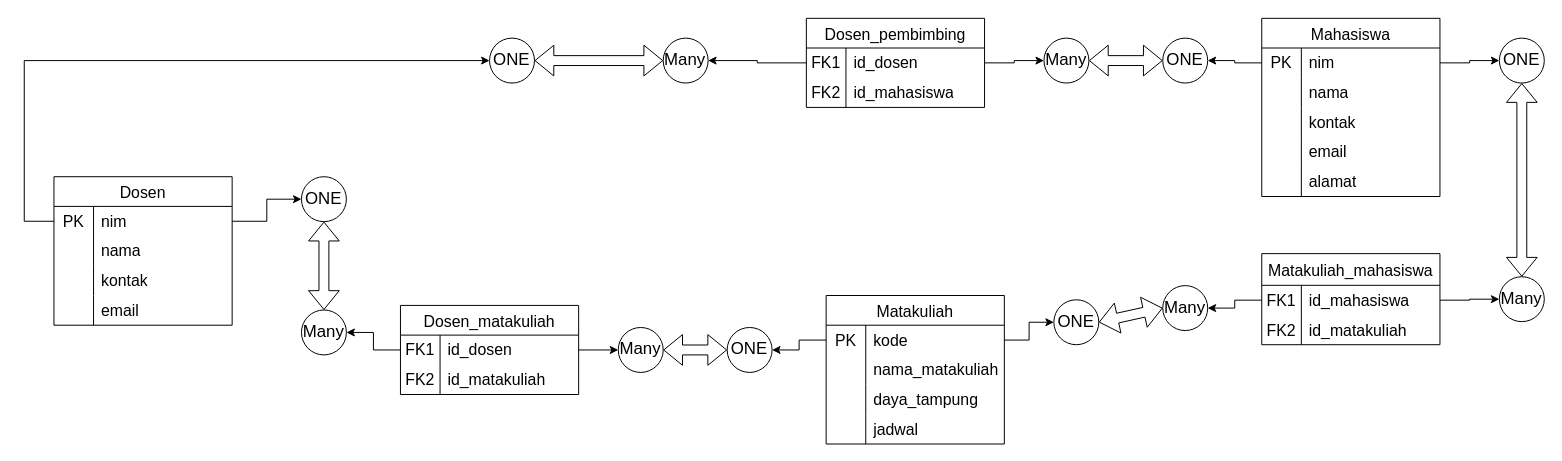
Razha90/Advice-Generator keeps this draw.io diagram as Untitled Diagram.drawio. Above is the earlier version. Source tidied: cells renumbered, new cells numbered last; positions are measured from the earlier drawing's top-left corner, leaving out a move shared by most shapes. Both pictures are drawn from the tidied source at 99%, with x=0, y=0 at pixel (24, 18).
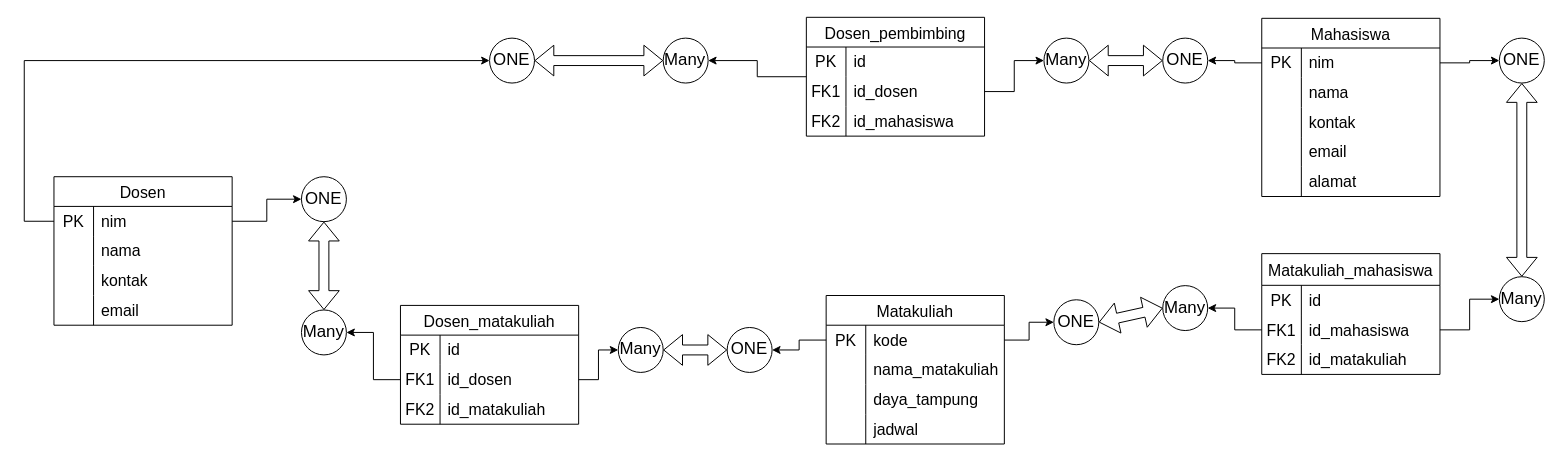
Above is the later version.

Diff of the diagram source:
```diff
@@
     <mxCell id="45" value="Dosen_pembimbing" style="shape=table;startSize=30;childLayout=tableLayout;rowLines=0;fontStyle=0;strokeColor=default;fontSize=16;" parent="1" vertex="1">
-      <mxGeometry x="790" width="180" height="90" as="geometry" />
+      <mxGeometry x="790" y="-1" width="180" height="120" as="geometry" />
     </mxCell>
+    <mxCell id="95" style="shape=tableRow;horizontal=0;startSize=0;swimlaneHead=0;swimlaneBody=0;top=0;left=0;bottom=0;right=0;fillColor=none;strokeColor=inherit;fontSize=16;" parent="45" vertex="1">
+      <mxGeometry y="30" width="180" height="30" as="geometry" />
+    </mxCell>
+    <mxCell id="96" value="PK" style="shape=partialRectangle;html=1;whiteSpace=wrap;fillColor=none;top=0;left=0;bottom=0;right=0;overflow=hidden;strokeColor=inherit;fontSize=16;" parent="95" vertex="1">
+      <mxGeometry width="40" height="30" as="geometry" />
+    </mxCell>
+    <mxCell id="97" value="id" style="shape=partialRectangle;html=1;whiteSpace=wrap;fillColor=none;top=0;left=0;bottom=0;right=0;align=left;spacingLeft=6;overflow=hidden;strokeColor=inherit;fontSize=16;" parent="95" vertex="1">
+      <mxGeometry x="40" width="140" height="30" as="geometry" />
+    </mxCell>
     <mxCell id="46" style="shape=tableRow;horizontal=0;startSize=0;swimlaneHead=0;swimlaneBody=0;top=0;left=0;bottom=0;right=0;fillColor=none;points=[[0,0.5],[1,0.5]];portConstraint=eastwest;strokeColor=inherit;fontSize=16;" parent="45" vertex="1">
-      <mxGeometry y="30" width="180" height="30" as="geometry" />
+      <mxGeometry y="60" width="180" height="30" as="geometry" />
     </mxCell>
@@
     <mxCell id="49" style="shape=tableRow;horizontal=0;startSize=0;swimlaneHead=0;swimlaneBody=0;top=0;left=0;bottom=0;right=0;fillColor=none;strokeColor=inherit;fontSize=16;" parent="45" vertex="1">
-      <mxGeometry y="60" width="180" height="30" as="geometry" />
+      <mxGeometry y="90" width="180" height="30" as="geometry" />
     </mxCell>
@@
     <mxCell id="52" value="Matakuliah_mahasiswa" style="shape=table;startSize=32;childLayout=tableLayout;rowLines=0;fontStyle=0;strokeColor=default;fontSize=16;" parent="1" vertex="1">
-      <mxGeometry x="1250" y="237.7" width="180" height="92" as="geometry" />
+      <mxGeometry x="1250" y="237.7" width="180" height="122" as="geometry" />
     </mxCell>
+    <mxCell id="98" style="shape=tableRow;horizontal=0;startSize=0;swimlaneHead=0;swimlaneBody=0;top=0;left=0;bottom=0;right=0;fillColor=none;strokeColor=inherit;fontSize=16;" parent="52" vertex="1">
+      <mxGeometry y="32" width="180" height="30" as="geometry" />
+    </mxCell>
+    <mxCell id="99" value="PK" style="shape=partialRectangle;html=1;whiteSpace=wrap;fillColor=none;top=0;left=0;bottom=0;right=0;overflow=hidden;strokeColor=inherit;fontSize=16;" parent="98" vertex="1">
+      <mxGeometry width="40" height="30" as="geometry" />
+    </mxCell>
+    <mxCell id="100" value="id" style="shape=partialRectangle;html=1;whiteSpace=wrap;fillColor=none;top=0;left=0;bottom=0;right=0;align=left;spacingLeft=6;overflow=hidden;strokeColor=inherit;fontSize=16;" parent="98" vertex="1">
+      <mxGeometry x="40" width="140" height="30" as="geometry" />
+    </mxCell>
     <mxCell id="53" style="shape=tableRow;horizontal=0;startSize=0;swimlaneHead=0;swimlaneBody=0;top=0;left=0;bottom=0;right=0;fillColor=none;points=[[0,0.5],[1,0.5]];portConstraint=eastwest;strokeColor=inherit;fontSize=16;" parent="52" vertex="1">
-      <mxGeometry y="32" width="180" height="30" as="geometry" />
+      <mxGeometry y="62" width="180" height="30" as="geometry" />
     </mxCell>
@@
     <mxCell id="56" style="shape=tableRow;horizontal=0;startSize=0;swimlaneHead=0;swimlaneBody=0;top=0;left=0;bottom=0;right=0;fillColor=none;strokeColor=inherit;fontSize=16;" parent="52" vertex="1">
-      <mxGeometry y="62" width="180" height="30" as="geometry" />
+      <mxGeometry y="92" width="180" height="30" as="geometry" />
     </mxCell>
@@
     <mxCell id="59" value="Dosen_matakuliah" style="shape=table;startSize=30;childLayout=tableLayout;rowLines=0;fontStyle=0;strokeColor=default;fontSize=16;" parent="1" vertex="1">
-      <mxGeometry x="380" y="290" width="180" height="90" as="geometry" />
+      <mxGeometry x="380" y="290" width="180" height="120" as="geometry" />
     </mxCell>
+    <mxCell id="101" style="shape=tableRow;horizontal=0;startSize=0;swimlaneHead=0;swimlaneBody=0;top=0;left=0;bottom=0;right=0;fillColor=none;strokeColor=inherit;fontSize=16;" parent="59" vertex="1">
+      <mxGeometry y="30" width="180" height="30" as="geometry" />
+    </mxCell>
+    <mxCell id="102" value="PK" style="shape=partialRectangle;html=1;whiteSpace=wrap;fillColor=none;top=0;left=0;bottom=0;right=0;overflow=hidden;strokeColor=inherit;fontSize=16;" parent="101" vertex="1">
+      <mxGeometry width="40" height="30" as="geometry" />
+    </mxCell>
+    <mxCell id="103" value="id" style="shape=partialRectangle;html=1;whiteSpace=wrap;fillColor=none;top=0;left=0;bottom=0;right=0;align=left;spacingLeft=6;overflow=hidden;strokeColor=inherit;fontSize=16;" parent="101" vertex="1">
+      <mxGeometry x="40" width="140" height="30" as="geometry" />
+    </mxCell>
     <mxCell id="60" style="shape=tableRow;horizontal=0;startSize=0;swimlaneHead=0;swimlaneBody=0;top=0;left=0;bottom=0;right=0;fillColor=none;points=[[0,0.5],[1,0.5]];portConstraint=eastwest;strokeColor=inherit;fontSize=16;" parent="59" vertex="1">
-      <mxGeometry y="30" width="180" height="30" as="geometry" />
+      <mxGeometry y="60" width="180" height="30" as="geometry" />
     </mxCell>
@@
     <mxCell id="63" style="shape=tableRow;horizontal=0;startSize=0;swimlaneHead=0;swimlaneBody=0;top=0;left=0;bottom=0;right=0;fillColor=none;strokeColor=inherit;fontSize=16;" parent="59" vertex="1">
-      <mxGeometry y="60" width="180" height="30" as="geometry" />
+      <mxGeometry y="90" width="180" height="30" as="geometry" />
     </mxCell>
```
